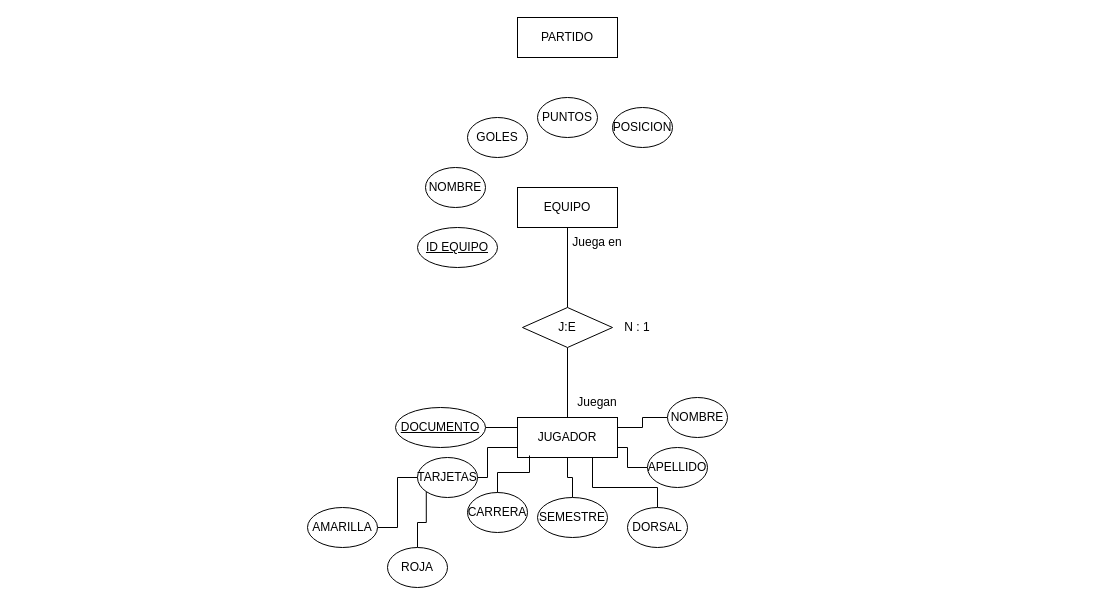
jcabarcasr/Investigaciones-DB1-DB2 keeps this draw.io diagram as Modelado/MER-universitychampions.drawio. Above is the earlier version. Source tidied: cells renumbered, new cells numbered last; positions are measured from the earlier drawing's top-left corner, leaving out a move shared by most shapes. Both pictures are drawn from the tidied source at 100%, with x=0, y=0 at pixel (307, 17).
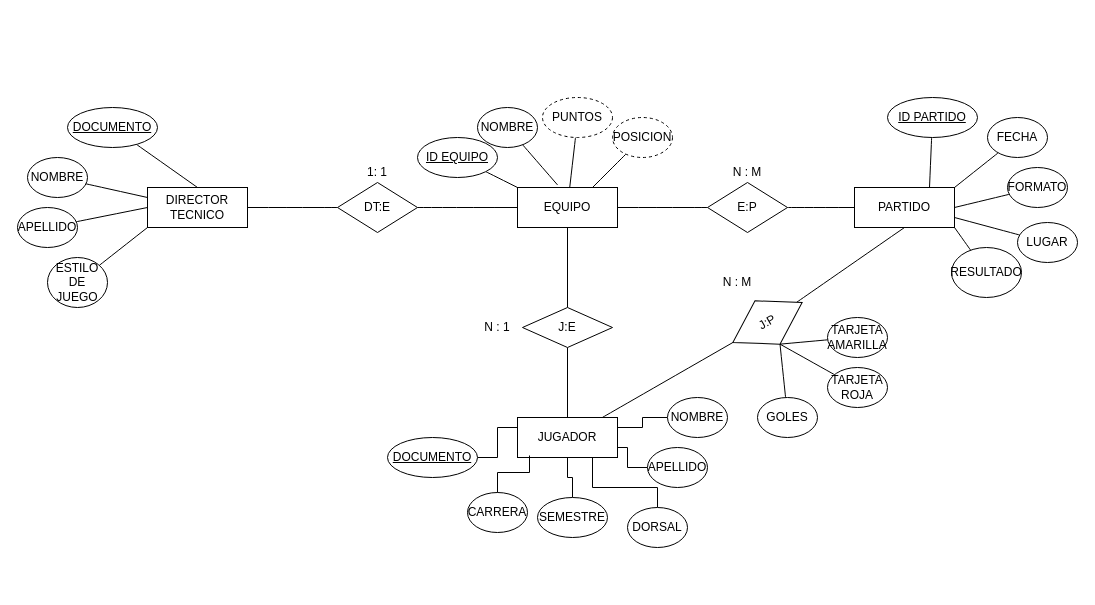
The same diagram, later.

The change refers to these unchanged cells:
```xml
<mxCell id="2" value="EQUIPO" style="whiteSpace=wrap;html=1;align=center;" parent="1" vertex="1">
  <mxGeometry x="210" y="170" width="100" height="40" as="geometry" />
</mxCell>
<mxCell id="3" value="JUGADOR" style="whiteSpace=wrap;html=1;align=center;" parent="1" vertex="1">
  <mxGeometry x="210" y="400" width="100" height="40" as="geometry" />
</mxCell>
```

Diff of the diagram source:
```diff
@@
+    <mxCell id="34" style="edgeStyle=none;curved=1;rounded=0;jettySize=auto;html=1;entryX=0;entryY=0.5;entryDx=0;entryDy=0;fontSize=12;startSize=8;endSize=8;endArrow=none;endFill=0;" parent="1" edge="1" source="3" target="63">
+      <mxGeometry relative="1" as="geometry" />
+    </mxCell>
@@
     <mxCell id="4" value="PARTIDO" style="whiteSpace=wrap;html=1;align=center;" parent="1" vertex="1">
-      <mxGeometry x="210" width="100" height="40" as="geometry" />
+      <mxGeometry x="547" y="170" width="100" height="40" as="geometry" />
     </mxCell>
@@
-    <mxCell id="10" style="edgeStyle=orthogonalEdgeStyle;rounded=0;jettySize=auto;html=1;entryX=0;entryY=0.75;entryDx=0;entryDy=0;endArrow=none;endFill=0;" parent="1" edge="1" source="11" target="3">
-      <mxGeometry relative="1" as="geometry">
-        <Array as="points">
-          <mxPoint x="180" y="460" />
-          <mxPoint x="180" y="430" />
-        </Array>
-      </mxGeometry>
-    </mxCell>
-    <mxCell id="11" value="TARJETAS" style="ellipse;whiteSpace=wrap;html=1;align=center;" parent="1" vertex="1">
-      <mxGeometry x="110" y="440" width="60" height="40" as="geometry" />
-    </mxCell>
@@
-    <mxCell id="14" style="edgeStyle=orthogonalEdgeStyle;rounded=0;jettySize=auto;html=1;entryX=0;entryY=0.5;entryDx=0;entryDy=0;endArrow=none;endFill=0;" parent="1" edge="1" source="15" target="11">
-      <mxGeometry relative="1" as="geometry" />
-    </mxCell>
-    <mxCell id="15" value="AMARILLA" style="ellipse;whiteSpace=wrap;html=1;align=center;" parent="1" vertex="1">
-      <mxGeometry y="490" width="70" height="40" as="geometry" />
-    </mxCell>
@@
     <mxCell id="17" value="DOCUMENTO" style="ellipse;whiteSpace=wrap;html=1;align=center;fontStyle=4;" parent="1" vertex="1">
-      <mxGeometry x="88" y="390" width="90" height="40" as="geometry" />
+      <mxGeometry x="80" y="420" width="90" height="40" as="geometry" />
     </mxCell>
-    <mxCell id="18" style="edgeStyle=orthogonalEdgeStyle;rounded=0;jettySize=auto;html=1;entryX=0;entryY=1;entryDx=0;entryDy=0;endArrow=none;endFill=0;" parent="1" edge="1" source="19" target="11">
-      <mxGeometry relative="1" as="geometry" />
-    </mxCell>
-    <mxCell id="19" value="ROJA" style="ellipse;whiteSpace=wrap;html=1;align=center;" parent="1" vertex="1">
-      <mxGeometry x="80" y="530" width="60" height="40" as="geometry" />
-    </mxCell>
@@
     <mxCell id="26" value="N : 1" style="text;html=1;whiteSpace=wrap;strokeColor=none;fillColor=none;align=center;verticalAlign=middle;rounded=0;" parent="1" vertex="1">
-      <mxGeometry x="300" y="295" width="60" height="30" as="geometry" />
+      <mxGeometry x="160" y="295" width="60" height="30" as="geometry" />
     </mxCell>
-    <mxCell id="27" value="Juegan" style="text;html=1;whiteSpace=wrap;strokeColor=none;fillColor=none;align=center;verticalAlign=middle;rounded=0;" parent="1" vertex="1">
-      <mxGeometry x="260" y="370" width="60" height="30" as="geometry" />
-    </mxCell>
-    <mxCell id="28" value="Juega en" style="text;html=1;whiteSpace=wrap;strokeColor=none;fillColor=none;align=center;verticalAlign=middle;rounded=0;" parent="1" vertex="1">
-      <mxGeometry x="260" y="210" width="60" height="30" as="geometry" />
-    </mxCell>
+    <mxCell id="35" style="edgeStyle=none;curved=1;rounded=0;jettySize=auto;html=1;fontSize=12;startSize=8;endSize=8;endArrow=none;endFill=0;" parent="1" edge="1" source="29">
+      <mxGeometry relative="1" as="geometry">
+        <mxPoint x="250" y="167.4" as="targetPoint" />
+      </mxGeometry>
+    </mxCell>
     <mxCell id="29" value="NOMBRE" style="ellipse;whiteSpace=wrap;html=1;align=center;" parent="1" vertex="1">
-      <mxGeometry x="118" y="150" width="60" height="40" as="geometry" />
+      <mxGeometry x="170" y="90" width="60" height="40" as="geometry" />
     </mxCell>
+    <mxCell id="36" style="edgeStyle=none;curved=1;rounded=0;jettySize=auto;html=1;entryX=0;entryY=0;entryDx=0;entryDy=0;fontSize=12;startSize=8;endSize=8;endArrow=none;endFill=0;" parent="1" edge="1" source="33" target="2">
+      <mxGeometry relative="1" as="geometry" />
+    </mxCell>
+    <mxCell id="33" value="ID EQUIPO" style="ellipse;whiteSpace=wrap;html=1;align=center;fontStyle=4;" parent="1" vertex="1">
+      <mxGeometry x="110" y="120" width="80" height="40" as="geometry" />
+    </mxCell>
+    <mxCell id="37" style="edgeStyle=none;curved=1;rounded=0;jettySize=auto;html=1;entryX=1;entryY=0.5;entryDx=0;entryDy=0;fontSize=12;startSize=8;endSize=8;endArrow=none;endFill=0;" parent="1" edge="1" source="38" target="4">
+      <mxGeometry relative="1" as="geometry" />
+    </mxCell>
+    <mxCell id="38" value="FORMATO" style="ellipse;whiteSpace=wrap;html=1;align=center;" parent="1" vertex="1">
+      <mxGeometry x="700" y="150" width="60" height="40" as="geometry" />
+    </mxCell>
+    <mxCell id="39" style="edgeStyle=none;curved=1;rounded=0;jettySize=auto;html=1;entryX=1;entryY=0.75;entryDx=0;entryDy=0;fontSize=12;startSize=8;endSize=8;endArrow=none;endFill=0;" parent="1" edge="1" source="40" target="4">
+      <mxGeometry relative="1" as="geometry" />
+    </mxCell>
+    <mxCell id="40" value="LUGAR" style="ellipse;whiteSpace=wrap;html=1;align=center;" parent="1" vertex="1">
+      <mxGeometry x="710" y="205" width="60" height="40" as="geometry" />
+    </mxCell>
+    <mxCell id="41" style="edgeStyle=none;curved=1;rounded=0;jettySize=auto;html=1;entryX=1;entryY=0;entryDx=0;entryDy=0;fontSize=12;startSize=8;endSize=8;endArrow=none;endFill=0;" parent="1" edge="1" source="42" target="4">
+      <mxGeometry relative="1" as="geometry" />
+    </mxCell>
+    <mxCell id="42" value="FECHA" style="ellipse;whiteSpace=wrap;html=1;align=center;" parent="1" vertex="1">
+      <mxGeometry x="680" y="100" width="60" height="40" as="geometry" />
+    </mxCell>
+    <mxCell id="43" value="DIRECTOR TECNICO" style="whiteSpace=wrap;html=1;align=center;" parent="1" vertex="1">
+      <mxGeometry x="-160" y="170" width="100" height="40" as="geometry" />
+    </mxCell>
+    <mxCell id="44" style="edgeStyle=none;curved=1;rounded=0;jettySize=auto;html=1;entryX=0;entryY=1;entryDx=0;entryDy=0;fontSize=12;startSize=8;endSize=8;endArrow=none;endFill=0;" parent="1" edge="1" source="45" target="43">
+      <mxGeometry relative="1" as="geometry" />
+    </mxCell>
+    <mxCell id="45" value="ESTILO DE JUEGO" style="ellipse;whiteSpace=wrap;html=1;align=center;" parent="1" vertex="1">
+      <mxGeometry x="-260" y="240" width="60" height="50" as="geometry" />
+    </mxCell>
+    <mxCell id="46" style="edgeStyle=none;curved=1;rounded=0;jettySize=auto;html=1;entryX=0;entryY=0.5;entryDx=0;entryDy=0;fontSize=12;startSize=8;endSize=8;endArrow=none;endFill=0;" parent="1" edge="1" source="47" target="43">
+      <mxGeometry relative="1" as="geometry" />
+    </mxCell>
+    <mxCell id="47" value="APELLIDO" style="ellipse;whiteSpace=wrap;html=1;align=center;" parent="1" vertex="1">
+      <mxGeometry x="-290" y="190" width="60" height="40" as="geometry" />
+    </mxCell>
+    <mxCell id="48" style="edgeStyle=none;curved=1;rounded=0;jettySize=auto;html=1;entryX=0;entryY=0.25;entryDx=0;entryDy=0;fontSize=12;startSize=8;endSize=8;endArrow=none;endFill=0;" parent="1" edge="1" source="49" target="43">
+      <mxGeometry relative="1" as="geometry" />
+    </mxCell>
+    <mxCell id="49" value="NOMBRE" style="ellipse;whiteSpace=wrap;html=1;align=center;" parent="1" vertex="1">
+      <mxGeometry x="-280" y="140" width="60" height="40" as="geometry" />
+    </mxCell>
+    <mxCell id="50" style="edgeStyle=none;curved=1;rounded=0;jettySize=auto;html=1;entryX=0.5;entryY=0;entryDx=0;entryDy=0;fontSize=12;startSize=8;endSize=8;endArrow=none;endFill=0;" parent="1" edge="1" source="51" target="43">
+      <mxGeometry relative="1" as="geometry" />
+    </mxCell>
+    <mxCell id="51" value="DOCUMENTO" style="ellipse;whiteSpace=wrap;html=1;align=center;fontStyle=4;" parent="1" vertex="1">
+      <mxGeometry x="-240" y="90" width="90" height="40" as="geometry" />
+    </mxCell>
+    <mxCell id="52" style="edgeStyle=none;curved=1;rounded=0;jettySize=auto;html=1;entryX=0.75;entryY=0;entryDx=0;entryDy=0;fontSize=12;startSize=8;endSize=8;endArrow=none;endFill=0;" parent="1" edge="1" source="53" target="4">
+      <mxGeometry relative="1" as="geometry" />
+    </mxCell>
+    <mxCell id="53" value="ID PARTIDO" style="ellipse;whiteSpace=wrap;html=1;align=center;fontStyle=4;" parent="1" vertex="1">
+      <mxGeometry x="580" y="80" width="90" height="40" as="geometry" />
+    </mxCell>
+    <mxCell id="54" style="edgeStyle=none;curved=1;rounded=0;jettySize=auto;html=1;fontSize=12;startSize=8;endSize=8;endArrow=none;endFill=0;" parent="1" edge="1" source="56" target="43">
+      <mxGeometry relative="1" as="geometry" />
+    </mxCell>
+    <mxCell id="55" style="edgeStyle=none;curved=1;rounded=0;jettySize=auto;html=1;fontSize=12;startSize=8;endSize=8;endArrow=none;endFill=0;" parent="1" edge="1" source="56" target="2">
+      <mxGeometry relative="1" as="geometry" />
+    </mxCell>
+    <mxCell id="56" value="DT:E" style="shape=rhombus;perimeter=rhombusPerimeter;whiteSpace=wrap;html=1;align=center;" parent="1" vertex="1">
+      <mxGeometry x="30" y="165" width="80" height="50" as="geometry" />
+    </mxCell>
+    <mxCell id="57" style="edgeStyle=none;curved=1;rounded=0;jettySize=auto;html=1;fontSize=12;startSize=8;endSize=8;endArrow=none;endFill=0;" parent="1" edge="1" source="59" target="4">
+      <mxGeometry relative="1" as="geometry" />
+    </mxCell>
+    <mxCell id="58" style="edgeStyle=none;curved=1;rounded=0;jettySize=auto;html=1;entryX=1;entryY=0.5;entryDx=0;entryDy=0;fontSize=12;startSize=8;endSize=8;endArrow=none;endFill=0;" parent="1" edge="1" source="59" target="2">
+      <mxGeometry relative="1" as="geometry" />
+    </mxCell>
+    <mxCell id="59" value="E:P" style="shape=rhombus;perimeter=rhombusPerimeter;whiteSpace=wrap;html=1;align=center;" parent="1" vertex="1">
+      <mxGeometry x="400" y="165" width="80" height="50" as="geometry" />
+    </mxCell>
+    <mxCell id="60" style="edgeStyle=none;curved=1;rounded=0;jettySize=auto;html=1;entryX=1;entryY=1;entryDx=0;entryDy=0;fontSize=12;startSize=8;endSize=8;endArrow=none;endFill=0;" parent="1" edge="1" source="61" target="4">
+      <mxGeometry relative="1" as="geometry" />
+    </mxCell>
+    <mxCell id="61" value="RESULTADO" style="ellipse;whiteSpace=wrap;html=1;align=center;" parent="1" vertex="1">
+      <mxGeometry x="644" y="230" width="70" height="50" as="geometry" />
+    </mxCell>
+    <mxCell id="62" style="edgeStyle=none;curved=1;rounded=0;jettySize=auto;html=1;entryX=0.5;entryY=1;entryDx=0;entryDy=0;fontSize=12;startSize=8;endSize=8;endArrow=none;endFill=0;" parent="1" edge="1" source="63" target="4">
+      <mxGeometry relative="1" as="geometry" />
+    </mxCell>
+    <mxCell id="63" value="J:P" style="shape=rhombus;perimeter=rhombusPerimeter;whiteSpace=wrap;html=1;align=center;rotation=-30;" parent="1" vertex="1">
+      <mxGeometry x="420" y="280" width="80" height="50" as="geometry" />
+    </mxCell>
+    <mxCell id="64" style="edgeStyle=none;curved=1;rounded=0;jettySize=auto;html=1;entryX=0.5;entryY=1;entryDx=0;entryDy=0;fontSize=12;startSize=8;endSize=8;endArrow=none;endFill=0;" parent="1" edge="1" source="30" target="63">
+      <mxGeometry relative="1" as="geometry" />
+    </mxCell>
     <mxCell id="30" value="GOLES" style="ellipse;whiteSpace=wrap;html=1;align=center;" parent="1" vertex="1">
-      <mxGeometry x="160" y="100" width="60" height="40" as="geometry" />
+      <mxGeometry x="450" y="380" width="60" height="40" as="geometry" />
     </mxCell>
+    <mxCell id="65" style="edgeStyle=none;curved=1;rounded=0;jettySize=auto;html=1;entryX=0.5;entryY=1;entryDx=0;entryDy=0;fontSize=12;startSize=8;endSize=8;endArrow=none;endFill=0;" parent="1" edge="1" source="66" target="63">
+      <mxGeometry relative="1" as="geometry" />
+    </mxCell>
+    <mxCell id="66" value="TARJETA AMARILLA" style="ellipse;whiteSpace=wrap;html=1;align=center;" parent="1" vertex="1">
+      <mxGeometry x="520" y="300" width="60" height="40" as="geometry" />
+    </mxCell>
+    <mxCell id="67" style="edgeStyle=none;curved=1;rounded=0;jettySize=auto;html=1;entryX=0.5;entryY=1;entryDx=0;entryDy=0;fontSize=12;startSize=8;endSize=8;endArrow=none;endFill=0;" parent="1" edge="1" source="68" target="63">
+      <mxGeometry relative="1" as="geometry" />
+    </mxCell>
+    <mxCell id="68" value="TARJETA ROJA" style="ellipse;whiteSpace=wrap;html=1;align=center;" parent="1" vertex="1">
+      <mxGeometry x="520" y="350" width="60" height="40" as="geometry" />
+    </mxCell>
+    <mxCell id="69" value="N : M" style="text;html=1;whiteSpace=wrap;strokeColor=none;fillColor=none;align=center;verticalAlign=middle;rounded=0;" parent="1" vertex="1">
+      <mxGeometry x="410" y="140" width="60" height="30" as="geometry" />
+    </mxCell>
+    <mxCell id="70" value="N : M" style="text;html=1;whiteSpace=wrap;strokeColor=none;fillColor=none;align=center;verticalAlign=middle;rounded=0;" parent="1" vertex="1">
+      <mxGeometry x="400" y="250" width="60" height="30" as="geometry" />
+    </mxCell>
+    <mxCell id="71" value="1: 1" style="text;html=1;whiteSpace=wrap;strokeColor=none;fillColor=none;align=center;verticalAlign=middle;rounded=0;" parent="1" vertex="1">
+      <mxGeometry x="40" y="140" width="60" height="30" as="geometry" />
+    </mxCell>
+    <mxCell id="72" style="edgeStyle=none;curved=1;rounded=0;jettySize=auto;html=1;fontSize=12;startSize=8;endSize=8;endArrow=none;endFill=0;" parent="1" edge="1" source="32" target="2">
+      <mxGeometry relative="1" as="geometry" />
+    </mxCell>
+    <mxCell id="32" value="PUNTOS" style="ellipse;whiteSpace=wrap;html=1;align=center;dashed=1;" parent="1" vertex="1">
+      <mxGeometry x="235" y="80" width="70" height="40" as="geometry" />
+    </mxCell>
+    <mxCell id="73" style="edgeStyle=none;curved=1;rounded=0;jettySize=auto;html=1;entryX=0.75;entryY=0;entryDx=0;entryDy=0;fontSize=12;startSize=8;endSize=8;endArrow=none;endFill=0;" parent="1" edge="1" source="31" target="2">
+      <mxGeometry relative="1" as="geometry" />
+    </mxCell>
-    <mxCell id="31" value="POSICION" style="ellipse;whiteSpace=wrap;html=1;align=center;" parent="1" vertex="1">
-      <mxGeometry x="305" y="90" width="60" height="40" as="geometry" />
+    <mxCell id="31" value="POSICION" style="ellipse;whiteSpace=wrap;html=1;align=center;dashed=1;" parent="1" vertex="1">
+      <mxGeometry x="305" y="100" width="60" height="40" as="geometry" />
     </mxCell>
-    <mxCell id="32" value="PUNTOS" style="ellipse;whiteSpace=wrap;html=1;align=center;" parent="1" vertex="1">
-      <mxGeometry x="230" y="80" width="60" height="40" as="geometry" />
-    </mxCell>
-    <mxCell id="33" value="ID EQUIPO" style="ellipse;whiteSpace=wrap;html=1;align=center;fontStyle=4;" parent="1" vertex="1">
-      <mxGeometry x="110" y="210" width="80" height="40" as="geometry" />
-    </mxCell>
```
